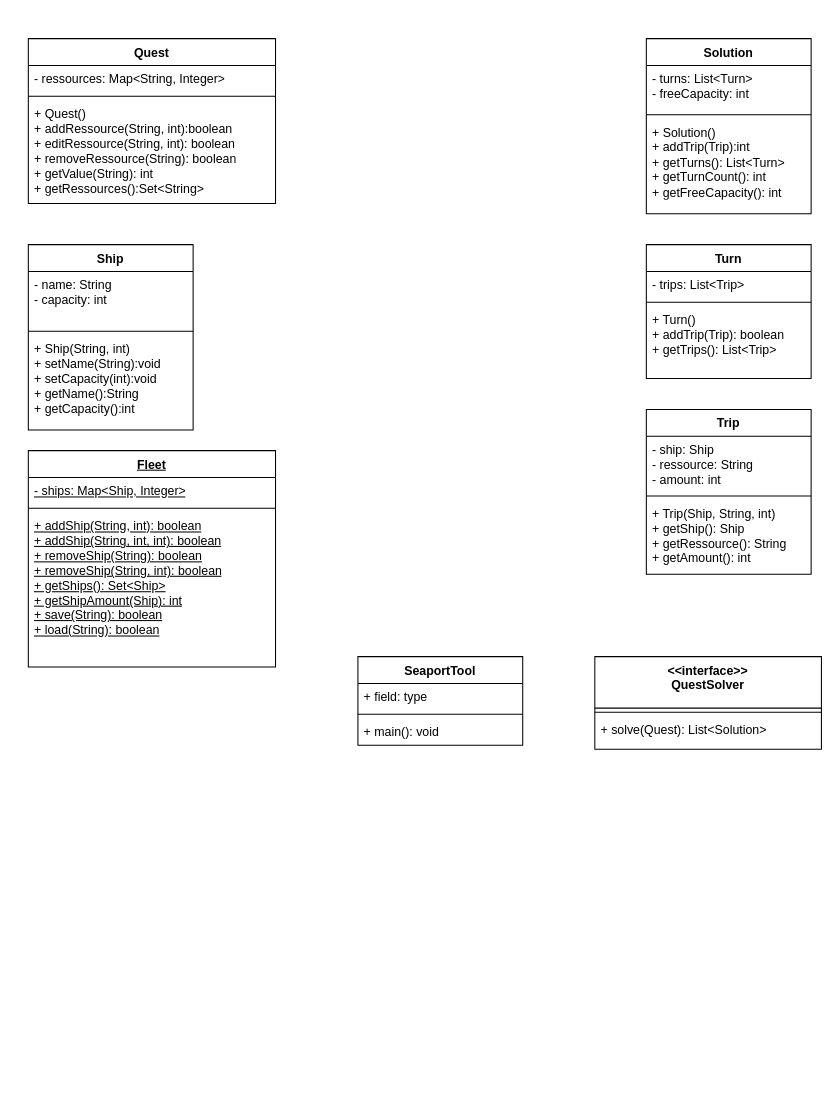
This is doc/Klassendiagramm.drawio from sloorx/SeaportTool, a draw.io file, before an edit. Source tidied: cells renumbered, new cells numbered last; positions are measured from the earlier drawing's top-left corner, leaving out a move shared by most shapes. Both pictures are drawn from the tidied source at 103%, with x=0, y=0 at pixel (28, 38).
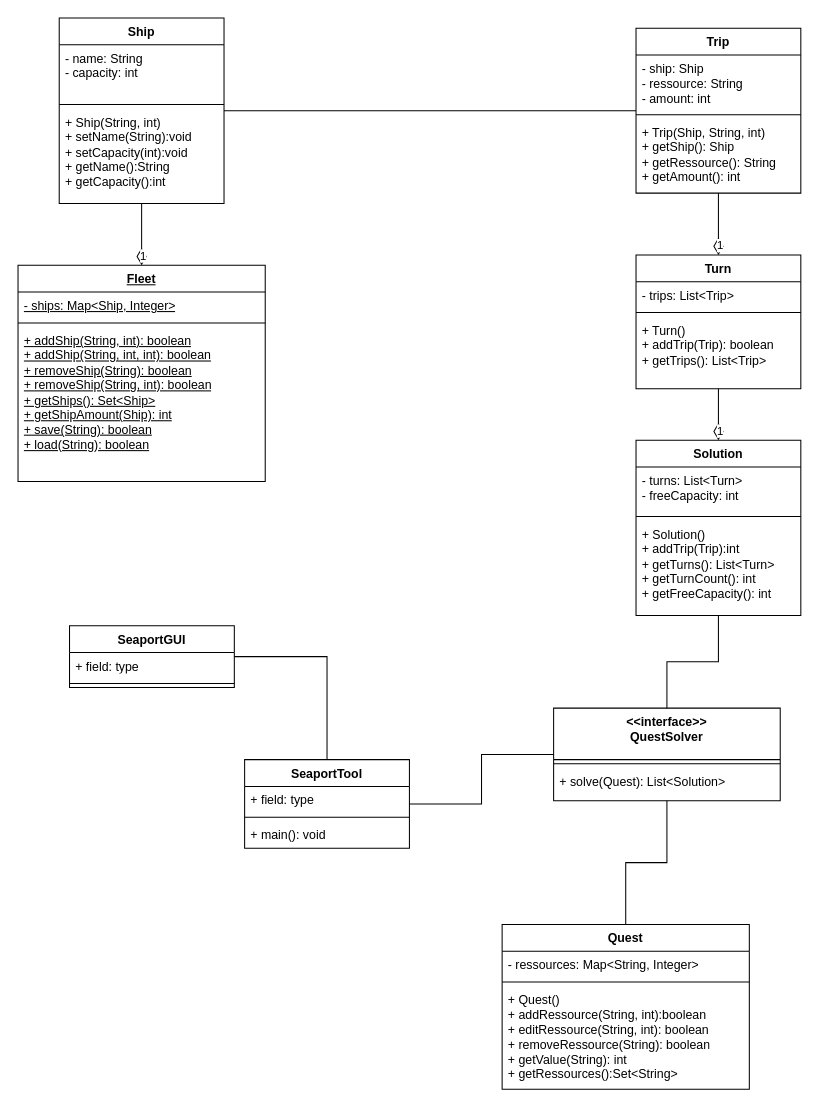
The same page after the edit.

Commit message:
updated class diagramm

Diff of the diagram source:
```diff
@@
     <mxCell id="2" value="SeaportTool" style="swimlane;fontStyle=1;align=center;verticalAlign=top;horizontal=1;startSize=26;whiteSpace=wrap;html=1;" parent="1" vertex="1">
-      <mxGeometry x="320" y="600" width="160" height="86" as="geometry" />
+      <mxGeometry x="210" y="700" width="160" height="86" as="geometry" />
     </mxCell>
@@
     <mxCell id="6" value="&lt;div&gt;&amp;lt;&amp;lt;interface&amp;gt;&amp;gt;&lt;/div&gt;&lt;div&gt;QuestSolver&lt;br&gt;&lt;/div&gt;" style="swimlane;fontStyle=1;align=center;verticalAlign=top;horizontal=1;startSize=50;whiteSpace=wrap;html=1;" parent="1" vertex="1">
-      <mxGeometry x="550" y="600" width="220" height="90" as="geometry" />
+      <mxGeometry x="510" y="650" width="220" height="90" as="geometry" />
     </mxCell>
@@
     <mxCell id="9" value="Quest" style="swimlane;fontStyle=1;align=center;verticalAlign=top;horizontal=1;startSize=26;whiteSpace=wrap;html=1;" parent="1" vertex="1">
-      <mxGeometry width="240" height="160" as="geometry" />
+      <mxGeometry x="460" y="860" width="240" height="160" as="geometry" />
     </mxCell>
@@
     <mxCell id="13" value="Solution" style="swimlane;fontStyle=1;align=center;verticalAlign=top;horizontal=1;startSize=26;whiteSpace=wrap;html=1;" parent="1" vertex="1">
-      <mxGeometry x="600" width="160" height="170" as="geometry" />
+      <mxGeometry x="590" y="390" width="160" height="170" as="geometry" />
     </mxCell>
@@
     <mxCell id="17" value="Ship" style="swimlane;fontStyle=1;align=center;verticalAlign=top;horizontal=1;startSize=26;whiteSpace=wrap;html=1;" parent="1" vertex="1">
-      <mxGeometry y="200" width="160" height="180" as="geometry" />
+      <mxGeometry x="30" y="-20" width="160" height="180" as="geometry" />
     </mxCell>
@@
     <mxCell id="21" value="&lt;u&gt;Fleet&lt;/u&gt;" style="swimlane;fontStyle=1;align=center;verticalAlign=top;horizontal=1;startSize=26;whiteSpace=wrap;html=1;" parent="1" vertex="1">
-      <mxGeometry y="400" width="240" height="210" as="geometry" />
+      <mxGeometry x="-10" y="220" width="240" height="210" as="geometry" />
     </mxCell>
@@
     <mxCell id="25" value="Trip" style="swimlane;fontStyle=1;align=center;verticalAlign=top;horizontal=1;startSize=26;whiteSpace=wrap;html=1;" parent="1" vertex="1">
-      <mxGeometry x="600" y="360" width="160" height="160" as="geometry" />
+      <mxGeometry x="590" y="-10" width="160" height="160" as="geometry" />
     </mxCell>
@@
     <mxCell id="29" value="Turn" style="swimlane;fontStyle=1;align=center;verticalAlign=top;horizontal=1;startSize=26;whiteSpace=wrap;html=1;" parent="1" vertex="1">
-      <mxGeometry x="600" y="200" width="160" height="130" as="geometry" />
+      <mxGeometry x="590" y="210" width="160" height="130" as="geometry" />
     </mxCell>
@@
+    <mxCell id="33" value="1" style="endArrow=none;html=1;endSize=12;startArrow=diamondThin;startSize=14;startFill=0;edgeStyle=orthogonalEdgeStyle;align=left;verticalAlign=bottom;rounded=0;endFill=0;" parent="1" edge="1" source="13" target="29">
+      <mxGeometry x="-1" y="3" relative="1" as="geometry" />
+    </mxCell>
+    <mxCell id="34" value="1" style="endArrow=none;html=1;endSize=12;startArrow=diamondThin;startSize=14;startFill=0;edgeStyle=orthogonalEdgeStyle;align=left;verticalAlign=bottom;rounded=0;endFill=0;" parent="1" edge="1" source="29" target="25">
+      <mxGeometry x="-1" y="3" relative="1" as="geometry" />
+    </mxCell>
+    <mxCell id="35" value="1" style="endArrow=none;html=1;endSize=12;startArrow=diamondThin;startSize=14;startFill=0;edgeStyle=orthogonalEdgeStyle;align=left;verticalAlign=bottom;rounded=0;endFill=0;" parent="1" edge="1" source="21" target="17">
+      <mxGeometry x="-1" y="3" relative="1" as="geometry" />
+    </mxCell>
+    <mxCell id="36" style="endArrow=none;html=1;edgeStyle=orthogonalEdgeStyle;rounded=0;" parent="1" edge="1" source="17" target="25">
+      <mxGeometry relative="1" as="geometry" />
+    </mxCell>
+    <mxCell id="37" style="endArrow=none;html=1;edgeStyle=orthogonalEdgeStyle;rounded=0;" parent="1" edge="1" source="13" target="6">
+      <mxGeometry relative="1" as="geometry" />
+    </mxCell>
+    <mxCell id="38" style="endArrow=none;html=1;edgeStyle=orthogonalEdgeStyle;rounded=0;" parent="1" edge="1" source="6" target="9">
+      <mxGeometry relative="1" as="geometry" />
+    </mxCell>
+    <mxCell id="39" value="SeaportGUI" style="swimlane;fontStyle=1;align=center;verticalAlign=top;horizontal=1;startSize=26;whiteSpace=wrap;html=1;" parent="1" vertex="1">
+      <mxGeometry x="40" y="570" width="160" height="60" as="geometry" />
+    </mxCell>
+    <mxCell id="40" value="+ field: type" style="text;strokeColor=none;fillColor=none;align=left;verticalAlign=top;spacingLeft=4;spacingRight=4;overflow=hidden;whiteSpace=wrap;html=1;" parent="39" vertex="1">
+      <mxGeometry y="26" width="160" height="26" as="geometry" />
+    </mxCell>
+    <mxCell id="41" style="line;strokeWidth=1;fillColor=none;align=left;verticalAlign=middle;spacingTop=-1;spacingLeft=3;spacingRight=3;labelPosition=right;strokeColor=inherit;" parent="39" vertex="1">
+      <mxGeometry y="52" width="160" height="8" as="geometry" />
+    </mxCell>
+    <mxCell id="42" style="endArrow=none;html=1;edgeStyle=orthogonalEdgeStyle;rounded=0;" parent="1" edge="1" source="2" target="6">
+      <mxGeometry relative="1" as="geometry" />
+    </mxCell>
+    <mxCell id="43" style="endArrow=none;html=1;edgeStyle=orthogonalEdgeStyle;rounded=0;" parent="1" edge="1" source="39" target="2">
+      <mxGeometry relative="1" as="geometry" />
+    </mxCell>
```
